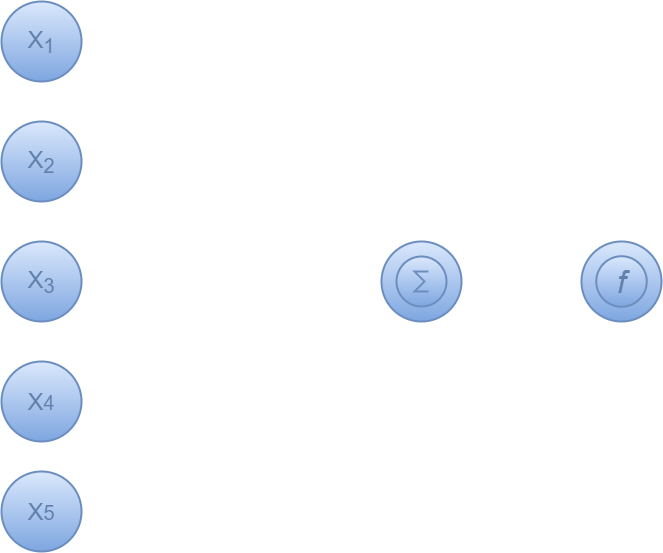
RyanSaxe/blog keeps this draw.io diagram as images/chart-preview.png. Above is the earlier version. Source tidied: cells renumbered, new cells last; positions are measured from the earlier drawing's top-left corner, leaving out a move shared by most shapes.
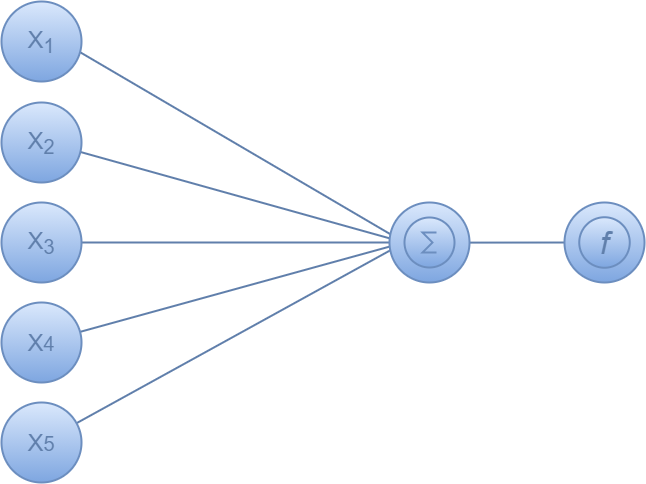
Later version of the same file.

The edit, as a diff of the source:
```diff
@@ -2,68 +2,59 @@
   <root>
     <mxCell id="0" />
     <mxCell id="1" parent="0" />
-    <mxCell id="2" style="endArrow=classic;html=1;strokeWidth=2;strokeColor=#FFFFFF;exitX=0.482;exitY=0.503;exitDx=0;exitDy=0;exitPerimeter=0;" parent="1" edge="1" source="15" target="17">
+    <mxCell id="2" style="endArrow=classic;html=1;strokeWidth=2;exitX=0.482;exitY=0.503;exitDx=0;exitDy=0;exitPerimeter=0;strokeColor=#607FAB;" parent="1" edge="1" source="15" target="17">
       <mxGeometry relative="1" as="geometry" />
     </mxCell>
-    <mxCell id="3" style="endArrow=classic;html=1;strokeColor=#FFFFFF;strokeWidth=2;" parent="1" edge="1">
+    <mxCell id="3" style="endArrow=classic;html=1;strokeWidth=2;strokeColor=#607FAB;entryX=0;entryY=0.5;entryDx=0;entryDy=0;entryPerimeter=0;" parent="1" edge="1" target="15">
       <mxGeometry relative="1" as="geometry">
-        <mxPoint x="45" y="280" as="sourcePoint" />
-        <mxPoint x="420" y="280" as="targetPoint" />
+        <mxPoint x="45" y="260" as="sourcePoint" />
       </mxGeometry>
     </mxCell>
-    <mxCell id="4" style="endArrow=classic;html=1;strokeColor=#FFFFFF;strokeWidth=2;" parent="1" edge="1">
-      <mxGeometry relative="1" as="geometry">
-        <mxPoint x="65" y="510" as="sourcePoint" />
-        <mxPoint x="410" y="270" as="targetPoint" />
-      </mxGeometry>
+    <mxCell id="4" style="endArrow=classic;html=1;strokeWidth=2;strokeColor=#607FAB;entryX=0;entryY=0.5;entryDx=0;entryDy=0;entryPerimeter=0;" parent="1" edge="1" source="8" target="15">
+      <mxGeometry relative="1" as="geometry" />
     </mxCell>
-    <mxCell id="5" style="endArrow=classic;html=1;strokeColor=#FFFFFF;strokeWidth=2;" parent="1" edge="1">
-      <mxGeometry relative="1" as="geometry">
-        <mxPoint x="55" y="400" as="sourcePoint" />
-        <mxPoint x="420" y="270" as="targetPoint" />
-      </mxGeometry>
+    <mxCell id="5" style="endArrow=classic;html=1;strokeWidth=2;strokeColor=#607FAB;entryX=0;entryY=0.5;entryDx=0;entryDy=0;entryPerimeter=0;" parent="1" edge="1" source="13" target="15">
+      <mxGeometry relative="1" as="geometry" />
     </mxCell>
-    <mxCell id="6" style="endArrow=classic;html=1;strokeWidth=2;strokeColor=#FFFFFF;" parent="1" edge="1">
+    <mxCell id="6" style="endArrow=classic;html=1;strokeWidth=2;strokeColor=#607FAB;entryX=0;entryY=0.5;entryDx=0;entryDy=0;entryPerimeter=0;" parent="1" edge="1" target="15">
       <mxGeometry relative="1" as="geometry">
         <mxPoint x="45" y="50" as="sourcePoint" />
-        <mxPoint x="410" y="290" as="targetPoint" />
       </mxGeometry>
     </mxCell>
-    <mxCell id="7" style="endArrow=classic;html=1;strokeColor=#FFFFFF;strokeWidth=2;" parent="1" edge="1">
+    <mxCell id="7" style="endArrow=classic;html=1;strokeWidth=2;strokeColor=#607FAB;entryX=0;entryY=0.5;entryDx=0;entryDy=0;entryPerimeter=0;" parent="1" edge="1" target="15">
       <mxGeometry relative="1" as="geometry">
         <mxPoint x="45" y="160" as="sourcePoint" />
-        <mxPoint x="420" y="290" as="targetPoint" />
       </mxGeometry>
     </mxCell>
     <mxCell id="8" value="&lt;font color=&quot;#607fab&quot;&gt;&lt;span style=&quot;font-size: 24px&quot;&gt;X&lt;/span&gt;&lt;span style=&quot;font-size: 20px&quot;&gt;5&lt;/span&gt;&lt;/font&gt;" style="ellipse;whiteSpace=wrap;html=1;fillColor=#dae8fc;strokeColor=#6c8ebf;gradientColor=#7ea6e0;strokeWidth=2;" parent="1" vertex="1">
-      <mxGeometry y="470" width="80" height="80" as="geometry" />
+      <mxGeometry y="420" width="80" height="80" as="geometry" />
     </mxCell>
     <mxCell id="9" value="&lt;span style=&quot;font-size: 24px&quot;&gt;&lt;font color=&quot;#607fab&quot;&gt;X&lt;sub&gt;3&lt;/sub&gt;&lt;/font&gt;&lt;/span&gt;" style="ellipse;whiteSpace=wrap;html=1;fillColor=#dae8fc;strokeColor=#6c8ebf;gradientColor=#7ea6e0;strokeWidth=2;" parent="1" vertex="1">
-      <mxGeometry y="240" width="80" height="80" as="geometry" />
+      <mxGeometry y="220" width="80" height="80" as="geometry" />
     </mxCell>
     <mxCell id="10" value="&lt;font color=&quot;#607fab&quot;&gt;&lt;span style=&quot;font-size: 24px&quot;&gt;X&lt;/span&gt;&lt;span style=&quot;font-size: 24px&quot;&gt;&lt;sub&gt;2&lt;/sub&gt;&lt;/span&gt;&lt;/font&gt;" style="ellipse;whiteSpace=wrap;html=1;fillColor=#dae8fc;strokeColor=#6c8ebf;gradientColor=#7ea6e0;strokeWidth=2;" parent="1" vertex="1">
       <mxGeometry y="120" width="80" height="80" as="geometry" />
     </mxCell>
     <mxCell id="11" value="&lt;font style=&quot;font-size: 24px&quot; color=&quot;#607fab&quot;&gt;X&lt;sub&gt;1&lt;/sub&gt;&lt;/font&gt;" style="ellipse;whiteSpace=wrap;html=1;fillColor=#dae8fc;strokeColor=#6c8ebf;gradientColor=#7ea6e0;strokeWidth=2;" parent="1" vertex="1">
-      <mxGeometry width="80" height="80" as="geometry" />
+      <mxGeometry y="19" width="80" height="80" as="geometry" />
     </mxCell>
     <mxCell id="12" style="edgeStyle=orthogonalEdgeStyle;rounded=0;orthogonalLoop=1;jettySize=auto;html=1;exitX=0.5;exitY=1;exitDx=0;exitDy=0;" parent="1" edge="1" source="10" target="10">
       <mxGeometry relative="1" as="geometry" />
     </mxCell>
     <mxCell id="13" value="&lt;font color=&quot;#607fab&quot;&gt;&lt;span style=&quot;font-size: 24px&quot;&gt;X&lt;/span&gt;&lt;span style=&quot;font-size: 20px&quot;&gt;4&lt;/span&gt;&lt;/font&gt;" style="ellipse;whiteSpace=wrap;html=1;fillColor=#dae8fc;strokeColor=#6c8ebf;gradientColor=#7ea6e0;strokeWidth=2;" parent="1" vertex="1">
-      <mxGeometry y="360" width="80" height="80" as="geometry" />
+      <mxGeometry y="320" width="80" height="80" as="geometry" />
     </mxCell>
     <mxCell id="14" style="ellipse;whiteSpace=wrap;html=1;fillColor=#dae8fc;strokeColor=#6c8ebf;gradientColor=#7ea6e0;strokeWidth=2;" parent="1" vertex="1">
-      <mxGeometry x="380" y="240" width="80" height="80" as="geometry" />
+      <mxGeometry x="388" y="220" width="80" height="80" as="geometry" />
     </mxCell>
     <mxCell id="15" style="verticalLabelPosition=bottom;shadow=0;dashed=0;align=center;html=1;verticalAlign=top;shape=mxgraph.electrical.abstract.sum;gradientColor=#7ea6e0;fillColor=#dae8fc;strokeColor=#6c8ebf;fontStyle=0;strokeWidth=2;" parent="1" vertex="1">
-      <mxGeometry x="395" y="255" width="50" height="50" as="geometry" />
+      <mxGeometry x="403" y="235" width="50" height="50" as="geometry" />
     </mxCell>
     <mxCell id="16" style="ellipse;whiteSpace=wrap;html=1;fillColor=#dae8fc;strokeColor=#6c8ebf;gradientColor=#7ea6e0;strokeWidth=2;" parent="1" vertex="1">
-      <mxGeometry x="580" y="240" width="80" height="80" as="geometry" />
+      <mxGeometry x="563" y="220" width="80" height="80" as="geometry" />
     </mxCell>
     <mxCell id="17" value="&lt;p&gt;&lt;font color=&quot;#607fab&quot; size=&quot;1&quot;&gt;&lt;i style=&quot;font-size: 32px&quot;&gt;f&lt;/i&gt;&lt;/font&gt;&lt;/p&gt;" style="ellipse;whiteSpace=wrap;html=1;gradientColor=#7ea6e0;fillColor=#dae8fc;strokeColor=#6c8ebf;strokeWidth=2;" parent="1" vertex="1">
-      <mxGeometry x="594.8" y="254.8" width="50.5" height="50.5" as="geometry" />
+      <mxGeometry x="577.8" y="234.8" width="50.5" height="50.5" as="geometry" />
     </mxCell>
   </root>
 </mxGraphModel>
```
